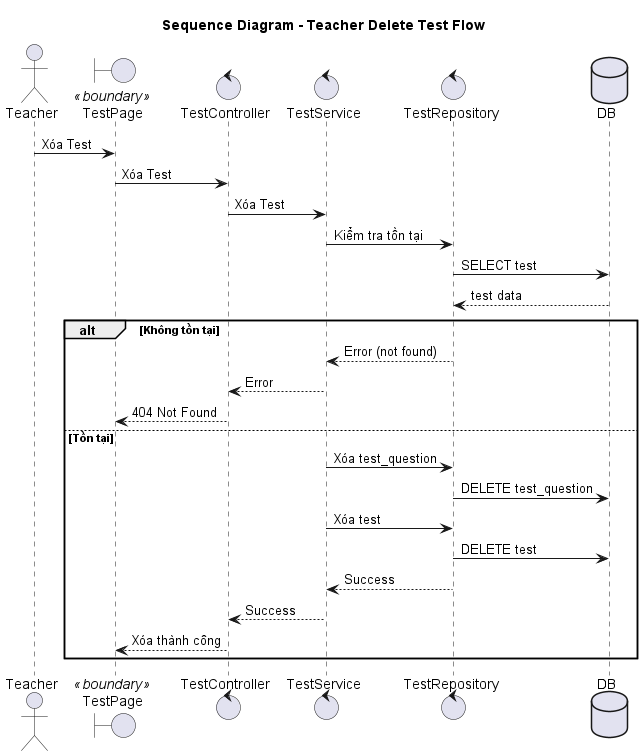
Earlier version of the PlantUML export out/sequence/xóa test/delete_test_sequence.png (Faythpromax/E-Learning).
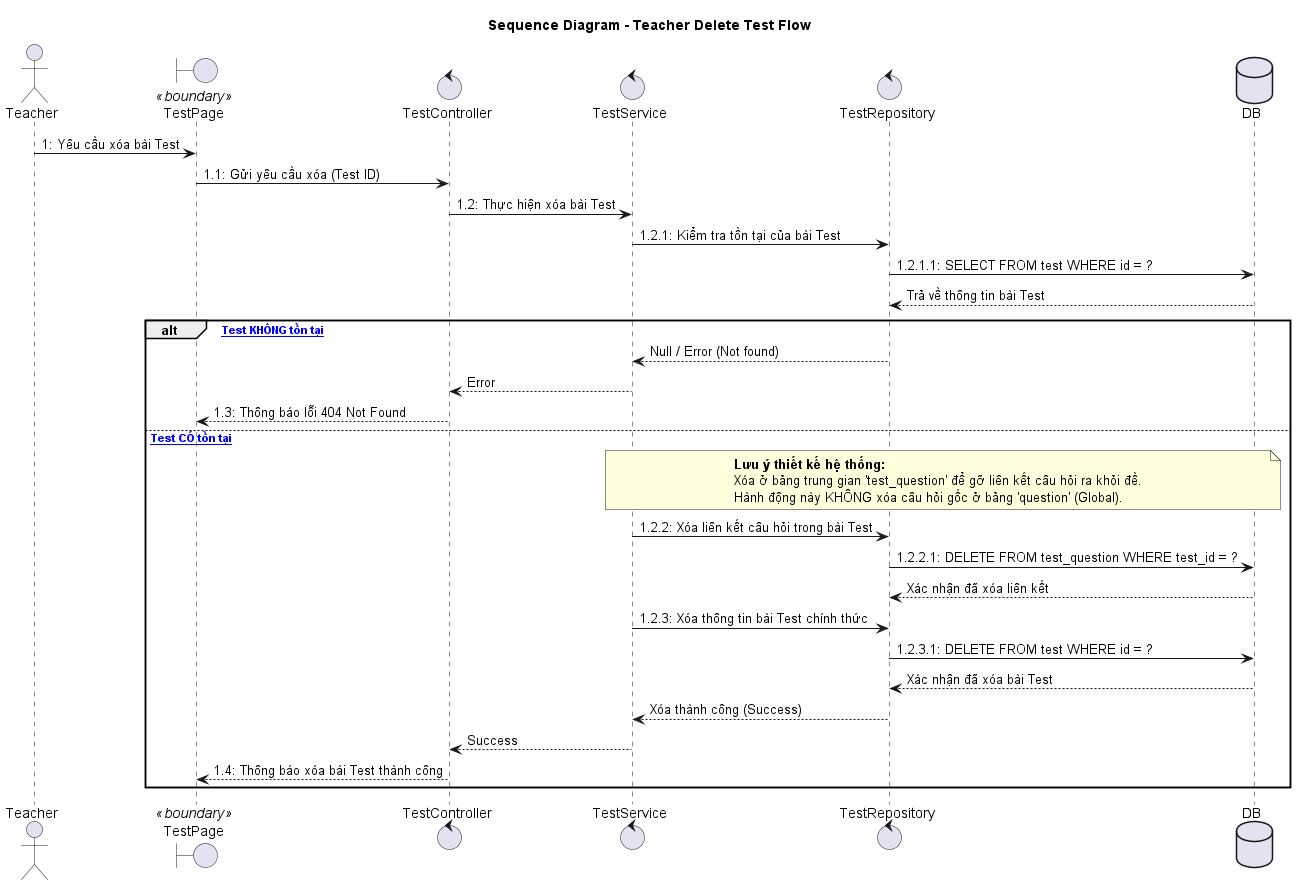
After the commit.

What changed in the source:
```diff
@@ -8,29 +8,37 @@
 control TestRepository
 database DB
 
-Teacher -> UI: Xóa Test
-UI -> TestController: Xóa Test
+Teacher -> UI: 1: Yêu cầu xóa bài Test
+UI -> TestController: 1.1: Gửi yêu cầu xóa (Test ID)
 
-TestController -> TestService: Xóa Test
+TestController -> TestService: 1.2: Thực hiện xóa bài Test
+TestService -> TestRepository: 1.2.1: Kiểm tra tồn tại của bài Test
+TestRepository -> DB: 1.2.1.1: SELECT FROM test WHERE id = ?
+DB --> TestRepository: Trả về thông tin bài Test
 
-TestService -> TestRepository: Kiểm tra tồn tại
-TestRepository -> DB: SELECT test
-DB --> TestRepository: test data
+alt [Bài Test KHÔNG tồn tại]
+    TestRepository --> TestService: Null / Error (Not found)
+    TestService --> TestController: Error
+    TestController --> UI: 1.3: Thông báo lỗi 404 Not Found
+else [Bài Test CÓ tồn tại]
 
-alt Không tồn tại
-    TestRepository --> TestService: Error (not found)
-    TestService --> TestController: Error
-    TestController --> UI: 404 Not Found
-else Tồn tại
-    TestService -> TestRepository: Xóa test_question
-    TestRepository -> DB: DELETE test_question
+    note over TestService, DB
+        <b>Lưu ý thiết kế hệ thống:</b>
+        Xóa ở bảng trung gian 'test_question' để gỡ liên kết câu hỏi ra khỏi đề.
+        Hành động này KHÔNG xóa câu hỏi gốc ở bảng 'question' (Global).
+    end note
 
-    TestService -> TestRepository: Xóa test
-    TestRepository -> DB: DELETE test
+    TestService -> TestRepository: 1.2.2: Xóa liên kết câu hỏi trong bài Test
+    TestRepository -> DB: 1.2.2.1: DELETE FROM test_question WHERE test_id = ?
+    DB --> TestRepository: Xác nhận đã xóa liên kết
 
-    TestRepository --> TestService: Success
+    TestService -> TestRepository: 1.2.3: Xóa thông tin bài Test chính thức
+    TestRepository -> DB: 1.2.3.1: DELETE FROM test WHERE id = ?
+    DB --> TestRepository: Xác nhận đã xóa bài Test
+
+    TestRepository --> TestService: Xóa thành công (Success)
     TestService --> TestController: Success
-    TestController --> UI: Xóa thành công
+    TestController --> UI: 1.4: Thông báo xóa bài Test thành công
 end
 
 @enduml
```
